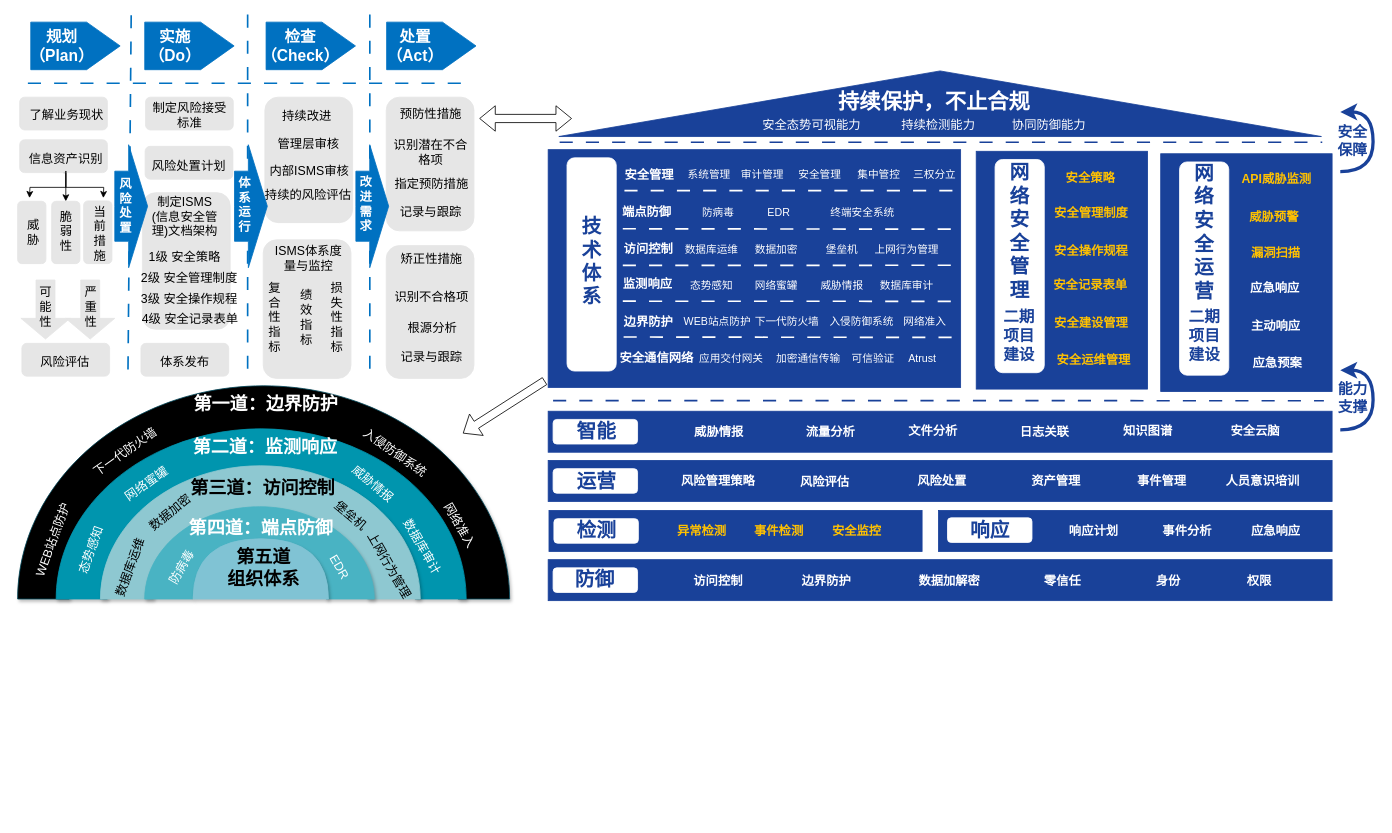
Before: 安全架构.drawio in Niujieheng/GitHub_june, a draw.io diagram. Source tidied: cells renumbered, new cells numbered last; positions are measured from the earlier drawing's top-left corner, leaving out a move shared by most shapes. Both pictures are drawn from the tidied source at 82%, with x=0, y=0 at pixel (2, -278).
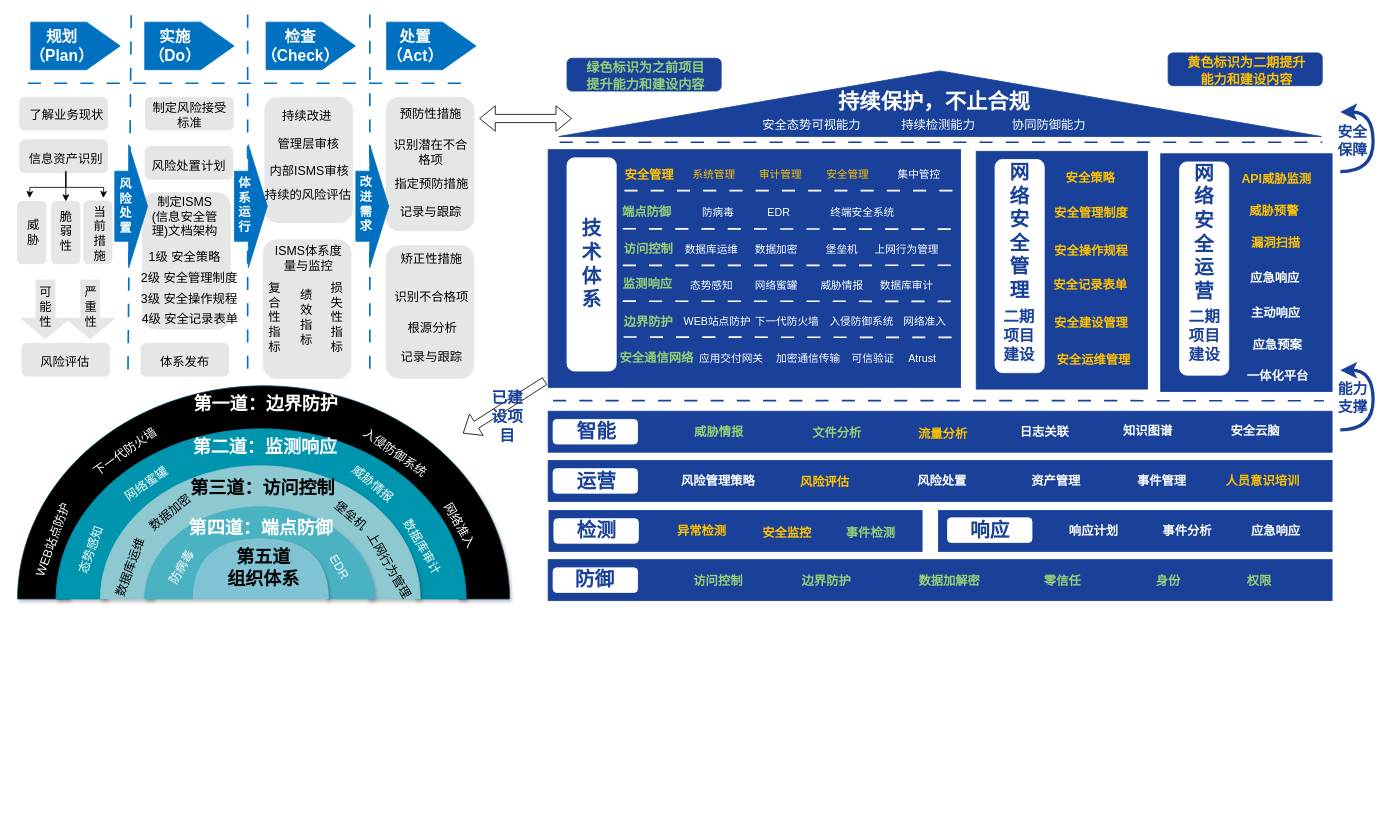
Above is the later version.

Commit message (it also covers changes not shown here):
更新安全架构.drawio

The edit, as a diff of the source:
```diff
@@
     <mxCell id="37" value="&lt;font style=&quot;color: rgb(25, 65, 153); font-size: 24px;&quot;&gt;&lt;b style=&quot;&quot;&gt;技术体系&lt;/b&gt;&lt;/font&gt;" style="text;html=1;whiteSpace=wrap;strokeColor=none;fillColor=none;align=center;verticalAlign=middle;rounded=0;" parent="1" vertex="1">
-      <mxGeometry x="703" y="643" width="30" height="30" as="geometry" />
+      <mxGeometry x="703" y="646" width="30" height="30" as="geometry" />
     </mxCell>
-    <mxCell id="38" value="&lt;font style=&quot;color: rgb(255, 255, 255); font-size: 15px;&quot;&gt;&lt;b&gt;安全管理&lt;/b&gt;&lt;/font&gt;" style="text;html=1;whiteSpace=wrap;strokeColor=none;fillColor=none;align=center;verticalAlign=middle;rounded=0;" parent="1" vertex="1">
+    <mxCell id="38" value="&lt;font style=&quot;font-size: 15px;&quot;&gt;&lt;b&gt;安全管理&lt;/b&gt;&lt;/font&gt;" style="text;html=1;whiteSpace=wrap;strokeColor=none;fillColor=none;align=center;verticalAlign=middle;rounded=0;fontColor=light-dark(#FFC100,#EDEDED);" parent="1" vertex="1">
       <mxGeometry x="723" y="536" width="131" height="30" as="geometry" />
     </mxCell>
@@
-    <mxCell id="40" value="&lt;font style=&quot;color: rgb(255, 255, 255); font-size: 15px;&quot;&gt;&lt;b&gt;端点防御&lt;/b&gt;&lt;/font&gt;" style="text;html=1;whiteSpace=wrap;strokeColor=none;fillColor=none;align=center;verticalAlign=middle;rounded=0;" parent="1" vertex="1">
+    <mxCell id="40" value="&lt;font style=&quot;font-size: 15px;&quot;&gt;&lt;b&gt;端点防御&lt;/b&gt;&lt;/font&gt;" style="text;html=1;whiteSpace=wrap;strokeColor=none;fillColor=none;align=center;verticalAlign=middle;rounded=0;fontColor=#97D077;" parent="1" vertex="1">
       <mxGeometry x="720" y="581.5" width="131" height="30" as="geometry" />
     </mxCell>
@@
-    <mxCell id="42" value="&lt;font style=&quot;color: rgb(255, 255, 255); font-size: 15px;&quot;&gt;&lt;b&gt;访问控制&lt;/b&gt;&lt;/font&gt;" style="text;html=1;whiteSpace=wrap;strokeColor=none;fillColor=none;align=center;verticalAlign=middle;rounded=0;" parent="1" vertex="1">
+    <mxCell id="42" value="&lt;font style=&quot;font-size: 15px;&quot;&gt;&lt;b&gt;访问控制&lt;/b&gt;&lt;/font&gt;" style="text;html=1;whiteSpace=wrap;strokeColor=none;fillColor=none;align=center;verticalAlign=middle;rounded=0;fontColor=#97D077;" parent="1" vertex="1">
       <mxGeometry x="722" y="627.2" width="131" height="30" as="geometry" />
     </mxCell>
@@
-    <mxCell id="44" value="&lt;font style=&quot;color: rgb(255, 255, 255); font-size: 15px;&quot;&gt;&lt;b&gt;监测响应&lt;/b&gt;&lt;/font&gt;" style="text;html=1;whiteSpace=wrap;strokeColor=none;fillColor=none;align=center;verticalAlign=middle;rounded=0;" parent="1" vertex="1">
+    <mxCell id="44" value="&lt;font style=&quot;font-size: 15px;&quot;&gt;&lt;b&gt;监测响应&lt;/b&gt;&lt;/font&gt;" style="text;html=1;whiteSpace=wrap;strokeColor=none;fillColor=none;align=center;verticalAlign=middle;rounded=0;fontColor=#97D077;" parent="1" vertex="1">
       <mxGeometry x="721" y="668.8" width="131" height="30" as="geometry" />
     </mxCell>
@@
-    <mxCell id="46" value="&lt;font style=&quot;color: rgb(255, 255, 255); font-size: 15px;&quot;&gt;&lt;b&gt;边界防护&lt;/b&gt;&lt;/font&gt;" style="text;html=1;whiteSpace=wrap;strokeColor=none;fillColor=none;align=center;verticalAlign=middle;rounded=0;" parent="1" vertex="1">
+    <mxCell id="46" value="&lt;font style=&quot;font-size: 15px;&quot;&gt;&lt;b&gt;边界防护&lt;/b&gt;&lt;/font&gt;" style="text;html=1;whiteSpace=wrap;strokeColor=none;fillColor=none;align=center;verticalAlign=middle;rounded=0;fontColor=#97D077;" parent="1" vertex="1">
       <mxGeometry x="722" y="714.5" width="131" height="30" as="geometry" />
     </mxCell>
@@
-    <mxCell id="48" value="&lt;font style=&quot;color: rgb(255, 255, 255); font-size: 15px;&quot;&gt;&lt;b&gt;安全通信网络&lt;/b&gt;&lt;/font&gt;" style="text;html=1;whiteSpace=wrap;strokeColor=none;fillColor=none;align=center;verticalAlign=middle;rounded=0;" parent="1" vertex="1">
+    <mxCell id="48" value="&lt;font style=&quot;font-size: 15px;&quot;&gt;&lt;b&gt;安全通信网络&lt;/b&gt;&lt;/font&gt;" style="text;html=1;whiteSpace=wrap;strokeColor=none;fillColor=none;align=center;verticalAlign=middle;rounded=0;fontColor=#97D077;" parent="1" vertex="1">
       <mxGeometry x="732" y="760" width="131" height="30" as="geometry" />
     </mxCell>
@@
     <mxCell id="62" value="&lt;font style=&quot;font-size: 15px; color: rgb(255, 193, 0);&quot;&gt;&lt;b style=&quot;&quot;&gt;威胁预警&lt;/b&gt;&lt;/font&gt;" style="text;html=1;whiteSpace=wrap;strokeColor=none;fillColor=none;align=center;verticalAlign=middle;rounded=0;" parent="1" vertex="1">
-      <mxGeometry x="1485" y="586.5" width="131" height="30" as="geometry" />
+      <mxGeometry x="1485" y="579.5" width="131" height="30" as="geometry" />
     </mxCell>
     <mxCell id="63" value="&lt;font style=&quot;font-size: 15px; color: rgb(255, 193, 0);&quot;&gt;&lt;b style=&quot;&quot;&gt;漏洞扫描&lt;/b&gt;&lt;/font&gt;" style="text;html=1;whiteSpace=wrap;strokeColor=none;fillColor=none;align=center;verticalAlign=middle;rounded=0;" parent="1" vertex="1">
-      <mxGeometry x="1487" y="632.2" width="131" height="30" as="geometry" />
+      <mxGeometry x="1487" y="619.2" width="131" height="30" as="geometry" />
     </mxCell>
     <mxCell id="64" value="&lt;font style=&quot;color: rgb(255, 255, 255); font-size: 15px;&quot;&gt;&lt;b&gt;应急响应&lt;/b&gt;&lt;/font&gt;" style="text;html=1;whiteSpace=wrap;strokeColor=none;fillColor=none;align=center;verticalAlign=middle;rounded=0;" parent="1" vertex="1">
-      <mxGeometry x="1486" y="673.8" width="131" height="30" as="geometry" />
+      <mxGeometry x="1486" y="661.8" width="131" height="30" as="geometry" />
     </mxCell>
     <mxCell id="65" value="&lt;font style=&quot;color: rgb(255, 255, 255); font-size: 15px;&quot;&gt;&lt;b&gt;主动响应&lt;/b&gt;&lt;/font&gt;" style="text;html=1;whiteSpace=wrap;strokeColor=none;fillColor=none;align=center;verticalAlign=middle;rounded=0;" parent="1" vertex="1">
-      <mxGeometry x="1487" y="719.5" width="131" height="30" as="geometry" />
+      <mxGeometry x="1487" y="703.5" width="131" height="30" as="geometry" />
     </mxCell>
     <mxCell id="66" value="&lt;font style=&quot;color: rgb(255, 255, 255); font-size: 15px;&quot;&gt;&lt;b&gt;应急预案&lt;/b&gt;&lt;/font&gt;" style="text;html=1;whiteSpace=wrap;strokeColor=none;fillColor=none;align=center;verticalAlign=middle;rounded=0;" parent="1" vertex="1">
-      <mxGeometry x="1489" y="765" width="131" height="30" as="geometry" />
+      <mxGeometry x="1489" y="744" width="131" height="30" as="geometry" />
     </mxCell>
@@
-    <mxCell id="86" value="&lt;font style=&quot;color: rgb(255, 255, 255); font-size: 13px;&quot;&gt;系统管理&lt;/font&gt;" style="text;html=1;whiteSpace=wrap;strokeColor=none;fillColor=none;align=center;verticalAlign=middle;rounded=0;" parent="1" vertex="1">
-      <mxGeometry x="796" y="536" width="131" height="30" as="geometry" />
+    <mxCell id="86" value="&lt;font style=&quot;font-size: 13px;&quot;&gt;系统管理&lt;/font&gt;" style="text;html=1;whiteSpace=wrap;strokeColor=none;fillColor=none;align=center;verticalAlign=middle;rounded=0;fontColor=light-dark(#FFC100,#EDEDED);" parent="1" vertex="1">
+      <mxGeometry x="802" y="536" width="131" height="30" as="geometry" />
     </mxCell>
-    <mxCell id="87" value="&lt;font style=&quot;color: rgb(255, 255, 255); font-size: 13px;&quot;&gt;审计管理&lt;/font&gt;" style="text;html=1;whiteSpace=wrap;strokeColor=none;fillColor=none;align=center;verticalAlign=middle;rounded=0;" parent="1" vertex="1">
-      <mxGeometry x="861" y="536" width="131" height="30" as="geometry" />
+    <mxCell id="87" value="&lt;font style=&quot;font-size: 13px;&quot;&gt;审计管理&lt;/font&gt;" style="text;html=1;whiteSpace=wrap;strokeColor=none;fillColor=none;align=center;verticalAlign=middle;rounded=0;fontColor=light-dark(#FFC100,#EDEDED);" parent="1" vertex="1">
+      <mxGeometry x="883" y="536" width="131" height="30" as="geometry" />
     </mxCell>
-    <mxCell id="88" value="&lt;font style=&quot;color: rgb(255, 255, 255); font-size: 13px;&quot;&gt;安全管理&lt;/font&gt;" style="text;html=1;whiteSpace=wrap;strokeColor=none;fillColor=none;align=center;verticalAlign=middle;rounded=0;" parent="1" vertex="1">
-      <mxGeometry x="931" y="536" width="131" height="30" as="geometry" />
+    <mxCell id="88" value="&lt;font style=&quot;font-size: 13px;&quot;&gt;安全管理&lt;/font&gt;" style="text;html=1;whiteSpace=wrap;strokeColor=none;fillColor=none;align=center;verticalAlign=middle;rounded=0;fontColor=light-dark(#FFC100,#EDEDED);" parent="1" vertex="1">
+      <mxGeometry x="965" y="536" width="131" height="30" as="geometry" />
     </mxCell>
     <mxCell id="89" value="&lt;font style=&quot;color: rgb(255, 255, 255); font-size: 13px;&quot;&gt;集中管控&lt;/font&gt;" style="text;html=1;whiteSpace=wrap;strokeColor=none;fillColor=none;align=center;verticalAlign=middle;rounded=0;" parent="1" vertex="1">
-      <mxGeometry x="1003" y="536" width="131" height="30" as="geometry" />
+      <mxGeometry x="1052" y="536" width="131" height="30" as="geometry" />
     </mxCell>
-    <mxCell id="90" value="&lt;font style=&quot;color: rgb(255, 255, 255); font-size: 13px;&quot;&gt;三权分立&lt;/font&gt;" style="text;html=1;whiteSpace=wrap;strokeColor=none;fillColor=none;align=center;verticalAlign=middle;rounded=0;" parent="1" vertex="1">
-      <mxGeometry x="1070.5" y="536" width="131" height="30" as="geometry" />
-    </mxCell>
@@
-    <mxCell id="94" value="&lt;font style=&quot;color: rgb(255, 255, 255); font-size: 15px;&quot;&gt;&lt;b&gt;威胁情报&lt;/b&gt;&lt;/font&gt;" style="text;html=1;whiteSpace=wrap;strokeColor=none;fillColor=none;align=center;verticalAlign=middle;rounded=0;" parent="1" vertex="1">
+    <mxCell id="94" value="&lt;font style=&quot;font-size: 15px;&quot;&gt;&lt;b&gt;威胁情报&lt;/b&gt;&lt;/font&gt;" style="text;html=1;whiteSpace=wrap;strokeColor=none;fillColor=none;align=center;verticalAlign=middle;rounded=0;fontColor=light-dark(#97D077,#EDEDED);" parent="1" vertex="1">
       <mxGeometry x="808" y="850" width="131" height="30" as="geometry" />
     </mxCell>
-    <mxCell id="95" value="&lt;font style=&quot;color: rgb(255, 255, 255); font-size: 15px;&quot;&gt;&lt;b&gt;流量分析&lt;/b&gt;&lt;/font&gt;" style="text;html=1;whiteSpace=wrap;strokeColor=none;fillColor=none;align=center;verticalAlign=middle;rounded=0;" parent="1" vertex="1">
-      <mxGeometry x="944" y="850" width="131" height="30" as="geometry" />
+    <mxCell id="95" value="&lt;font style=&quot;font-size: 15px;&quot;&gt;&lt;b&gt;流量分析&lt;/b&gt;&lt;/font&gt;" style="text;html=1;whiteSpace=wrap;strokeColor=none;fillColor=none;align=center;verticalAlign=middle;rounded=0;fontColor=light-dark(#FFC100,#EDEDED);" parent="1" vertex="1">
+      <mxGeometry x="1081" y="851.5" width="131" height="30" as="geometry" />
     </mxCell>
@@
-    <mxCell id="99" value="&lt;font style=&quot;color: rgb(255, 255, 255); font-size: 15px;&quot;&gt;&lt;b&gt;文件分析&lt;/b&gt;&lt;/font&gt;" style="text;html=1;whiteSpace=wrap;strokeColor=none;fillColor=none;align=center;verticalAlign=middle;rounded=0;" parent="1" vertex="1">
-      <mxGeometry x="1069" y="849.2" width="131" height="30" as="geometry" />
+    <mxCell id="99" value="&lt;font style=&quot;font-size: 15px;&quot;&gt;&lt;b&gt;文件分析&lt;/b&gt;&lt;/font&gt;" style="text;html=1;whiteSpace=wrap;strokeColor=none;fillColor=none;align=center;verticalAlign=middle;rounded=0;fontColor=light-dark(#97D077,#EDEDED);" parent="1" vertex="1">
+      <mxGeometry x="952" y="851" width="131" height="30" as="geometry" />
     </mxCell>
@@
-    <mxCell id="101" value="&lt;font style=&quot;color: rgb(255, 255, 255); font-size: 15px;&quot;&gt;&lt;b&gt;访问控制&lt;/b&gt;&lt;/font&gt;" style="text;html=1;whiteSpace=wrap;strokeColor=none;fillColor=none;align=center;verticalAlign=middle;rounded=0;" parent="1" vertex="1">
+    <mxCell id="101" value="&lt;font style=&quot;font-size: 15px;&quot;&gt;&lt;b&gt;访问控制&lt;/b&gt;&lt;/font&gt;" style="text;html=1;whiteSpace=wrap;strokeColor=none;fillColor=none;align=center;verticalAlign=middle;rounded=0;fontColor=#97D077;" parent="1" vertex="1">
       <mxGeometry x="807" y="1032" width="131" height="30" as="geometry" />
     </mxCell>
-    <mxCell id="102" value="&lt;font style=&quot;color: rgb(255, 255, 255); font-size: 15px;&quot;&gt;&lt;b&gt;边界防护&lt;/b&gt;&lt;/font&gt;" style="text;html=1;whiteSpace=wrap;strokeColor=none;fillColor=none;align=center;verticalAlign=middle;rounded=0;" parent="1" vertex="1">
+    <mxCell id="102" value="&lt;font style=&quot;font-size: 15px;&quot;&gt;&lt;b&gt;边界防护&lt;/b&gt;&lt;/font&gt;" style="text;html=1;whiteSpace=wrap;strokeColor=none;fillColor=none;align=center;verticalAlign=middle;rounded=0;fontColor=#97D077;" parent="1" vertex="1">
       <mxGeometry x="939" y="1032" width="131" height="30" as="geometry" />
     </mxCell>
-    <mxCell id="103" value="&lt;font color=&quot;#ffffff&quot;&gt;&lt;span style=&quot;font-size: 15px;&quot;&gt;&lt;b&gt;数据加解密&lt;/b&gt;&lt;/span&gt;&lt;/font&gt;" style="text;html=1;whiteSpace=wrap;strokeColor=none;fillColor=none;align=center;verticalAlign=middle;rounded=0;" parent="1" vertex="1">
+    <mxCell id="103" value="&lt;font&gt;&lt;span style=&quot;font-size: 15px;&quot;&gt;&lt;b&gt;数据加解密&lt;/b&gt;&lt;/span&gt;&lt;/font&gt;" style="text;html=1;whiteSpace=wrap;strokeColor=none;fillColor=none;align=center;verticalAlign=middle;rounded=0;fontColor=#97D077;" parent="1" vertex="1">
       <mxGeometry x="1089" y="1032" width="131" height="30" as="geometry" />
     </mxCell>
-    <mxCell id="104" value="&lt;font color=&quot;#ffffff&quot;&gt;&lt;span style=&quot;font-size: 15px;&quot;&gt;&lt;b&gt;零信任&lt;/b&gt;&lt;/span&gt;&lt;/font&gt;" style="text;html=1;whiteSpace=wrap;strokeColor=none;fillColor=none;align=center;verticalAlign=middle;rounded=0;" parent="1" vertex="1">
+    <mxCell id="104" value="&lt;font&gt;&lt;span style=&quot;font-size: 15px;&quot;&gt;&lt;b&gt;零信任&lt;/b&gt;&lt;/span&gt;&lt;/font&gt;" style="text;html=1;whiteSpace=wrap;strokeColor=none;fillColor=none;align=center;verticalAlign=middle;rounded=0;fontColor=#97D077;" parent="1" vertex="1">
       <mxGeometry x="1227" y="1032" width="131" height="30" as="geometry" />
     </mxCell>
-    <mxCell id="105" value="&lt;font style=&quot;color: rgb(255, 255, 255); font-size: 15px;&quot;&gt;&lt;b&gt;身份&lt;/b&gt;&lt;/font&gt;" style="text;html=1;whiteSpace=wrap;strokeColor=none;fillColor=none;align=center;verticalAlign=middle;rounded=0;" parent="1" vertex="1">
+    <mxCell id="105" value="&lt;font style=&quot;font-size: 15px;&quot;&gt;&lt;b&gt;身份&lt;/b&gt;&lt;/font&gt;" style="text;html=1;whiteSpace=wrap;strokeColor=none;fillColor=none;align=center;verticalAlign=middle;rounded=0;fontColor=#97D077;" parent="1" vertex="1">
       <mxGeometry x="1356" y="1032" width="131" height="30" as="geometry" />
     </mxCell>
-    <mxCell id="106" value="&lt;font style=&quot;color: rgb(255, 255, 255); font-size: 15px;&quot;&gt;&lt;b&gt;权限&lt;/b&gt;&lt;/font&gt;" style="text;html=1;whiteSpace=wrap;strokeColor=none;fillColor=none;align=center;verticalAlign=middle;rounded=0;" parent="1" vertex="1">
+    <mxCell id="106" value="&lt;font style=&quot;font-size: 15px;&quot;&gt;&lt;b&gt;权限&lt;/b&gt;&lt;/font&gt;" style="text;html=1;whiteSpace=wrap;strokeColor=none;fillColor=none;align=center;verticalAlign=middle;rounded=0;fontColor=#97D077;" parent="1" vertex="1">
       <mxGeometry x="1467" y="1032" width="131" height="30" as="geometry" />
     </mxCell>
@@
-    <mxCell id="109" value="&lt;font style=&quot;color: rgb(255, 255, 255); font-size: 15px;&quot;&gt;&lt;b&gt;风险评估&lt;/b&gt;&lt;/font&gt;" style="text;html=1;whiteSpace=wrap;strokeColor=none;fillColor=none;align=center;verticalAlign=middle;rounded=0;" parent="1" vertex="1">
+    <mxCell id="109" value="&lt;font style=&quot;font-size: 15px;&quot;&gt;&lt;b&gt;风险评估&lt;/b&gt;&lt;/font&gt;" style="text;html=1;whiteSpace=wrap;strokeColor=none;fillColor=none;align=center;verticalAlign=middle;rounded=0;fontColor=light-dark(#FFC100,#EDEDED);" parent="1" vertex="1">
       <mxGeometry x="937" y="911" width="131" height="30" as="geometry" />
     </mxCell>
@@
-    <mxCell id="113" value="&lt;font style=&quot;color: rgb(255, 255, 255); font-size: 15px;&quot;&gt;&lt;b&gt;人员意识培训&lt;/b&gt;&lt;/font&gt;" style="text;html=1;whiteSpace=wrap;strokeColor=none;fillColor=none;align=center;verticalAlign=middle;rounded=0;" parent="1" vertex="1">
+    <mxCell id="113" value="&lt;font style=&quot;font-size: 15px;&quot;&gt;&lt;b&gt;人员意识培训&lt;/b&gt;&lt;/font&gt;" style="text;html=1;whiteSpace=wrap;strokeColor=none;fillColor=none;align=center;verticalAlign=middle;rounded=0;fontColor=light-dark(#FFC100,#EDEDED);" parent="1" vertex="1">
       <mxGeometry x="1471" y="910" width="131" height="30" as="geometry" />
     </mxCell>
@@
-    <mxCell id="116" value="&lt;font style=&quot;font-size: 15px;&quot;&gt;&lt;b&gt;事件检测&lt;/b&gt;&lt;/font&gt;" style="text;html=1;whiteSpace=wrap;strokeColor=none;fillColor=none;align=center;verticalAlign=middle;rounded=0;fontColor=#FFC100;" parent="1" vertex="1">
-      <mxGeometry x="881" y="971" width="131" height="30" as="geometry" />
+    <mxCell id="116" value="&lt;font style=&quot;font-size: 15px;&quot;&gt;&lt;b&gt;事件检测&lt;/b&gt;&lt;/font&gt;" style="text;html=1;whiteSpace=wrap;strokeColor=none;fillColor=none;align=center;verticalAlign=middle;rounded=0;fontColor=light-dark(#97D077,#EDEDED);" parent="1" vertex="1">
+      <mxGeometry x="993" y="973" width="131" height="30" as="geometry" />
     </mxCell>
     <mxCell id="117" value="&lt;font style=&quot;font-size: 15px;&quot;&gt;&lt;b&gt;安全监控&lt;/b&gt;&lt;/font&gt;" style="text;html=1;whiteSpace=wrap;strokeColor=none;fillColor=none;align=center;verticalAlign=middle;rounded=0;fontColor=#FFC100;" parent="1" vertex="1">
-      <mxGeometry x="975.5" y="971" width="131" height="30" as="geometry" />
+      <mxGeometry x="891" y="973" width="131" height="30" as="geometry" />
     </mxCell>
@@
+    <mxCell id="205" style="rounded=1;whiteSpace=wrap;html=1;strokeColor=light-dark(#194199,#EDEDED);fillColor=light-dark(#194199,#EDEDED);gradientColor=none;fontColor=#194199;" parent="1" vertex="1">
+      <mxGeometry x="1421" y="403" width="188" height="40" as="geometry" />
+    </mxCell>
+    <mxCell id="206" value="&lt;b&gt;&lt;font style=&quot;font-size: 16px; color: light-dark(rgb(255, 193, 0), rgb(237, 237, 237));&quot;&gt;黄色标识为二期提升能力和建设内容&lt;/font&gt;&lt;/b&gt;" style="text;html=1;whiteSpace=wrap;strokeColor=none;fillColor=none;align=center;verticalAlign=middle;rounded=0;" parent="1" vertex="1">
+      <mxGeometry x="1438" y="406" width="158" height="37" as="geometry" />
+    </mxCell>
+    <mxCell id="207" value="&lt;font style=&quot;color: rgb(25, 65, 153); font-size: 19px;&quot;&gt;&lt;b style=&quot;&quot;&gt;已建设项目&lt;/b&gt;&lt;/font&gt;" style="text;html=1;whiteSpace=wrap;strokeColor=none;fillColor=none;align=center;verticalAlign=middle;rounded=0;" parent="1" vertex="1">
+      <mxGeometry x="588" y="833" width="55" height="30" as="geometry" />
+    </mxCell>
+    <mxCell id="208" style="edgeStyle=orthogonalEdgeStyle;rounded=0;orthogonalLoop=1;jettySize=auto;html=1;exitX=0.5;exitY=1;exitDx=0;exitDy=0;" parent="1" edge="1" source="37" target="37">
+      <mxGeometry relative="1" as="geometry" />
+    </mxCell>
+    <mxCell id="209" value="&lt;font color=&quot;#ffffff&quot;&gt;&lt;span style=&quot;font-size: 15px;&quot;&gt;&lt;b&gt;一体化平台&lt;/b&gt;&lt;/span&gt;&lt;/font&gt;" style="text;html=1;whiteSpace=wrap;strokeColor=none;fillColor=none;align=center;verticalAlign=middle;rounded=0;" parent="1" vertex="1">
+      <mxGeometry x="1483" y="782" width="144" height="30" as="geometry" />
+    </mxCell>
+    <mxCell id="210" style="rounded=1;whiteSpace=wrap;html=1;strokeColor=light-dark(#194199,#EDEDED);fillColor=light-dark(#194199,#EDEDED);gradientColor=none;fontColor=#194199;" parent="1" vertex="1">
+      <mxGeometry x="688" y="409.5" width="188" height="40" as="geometry" />
+    </mxCell>
+    <mxCell id="211" value="&lt;b&gt;&lt;font style=&quot;font-size: 16px; color: light-dark(rgb(151, 208, 119), rgb(237, 237, 237));&quot;&gt;绿色标识为之前项目提升能力和建设内容&lt;/font&gt;&lt;/b&gt;" style="text;html=1;whiteSpace=wrap;strokeColor=none;fillColor=none;align=center;verticalAlign=middle;rounded=0;" parent="1" vertex="1">
+      <mxGeometry x="705" y="412.5" width="158" height="37" as="geometry" />
+    </mxCell>
```
